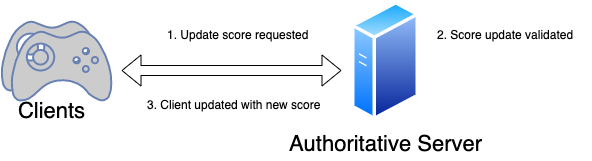
Earlier version of the draw.io export notes/_media/server-auth.png (lextoumbourou/notes). Source tidied: cells renumbered, new cells last; positions are measured from the earlier drawing's top-left corner, leaving out a move shared by most shapes. Its diagram source:
```xml
<mxGraphModel>
  <root>
    <mxCell id="0" />
    <mxCell id="1" parent="0" />
    <mxCell id="2" value="&lt;font style=&quot;font-size: 22px&quot; color=&quot;#000000&quot;&gt;Clients&lt;br&gt;&lt;br&gt;&lt;/font&gt;" style="fontColor=#0066CC;verticalAlign=top;verticalLabelPosition=bottom;labelPosition=center;align=center;html=1;outlineConnect=0;fillColor=#CCCCCC;strokeColor=#6881B3;gradientColor=none;gradientDirection=north;strokeWidth=2;shape=mxgraph.networks.gamepad;" parent="1" vertex="1">
      <mxGeometry y="20.7" width="100" height="70" as="geometry" />
    </mxCell>
    <mxCell id="3" value="&lt;font style=&quot;font-size: 22px&quot;&gt;Authoritative Server&lt;/font&gt;" style="perimeter=ellipsePerimeter;html=1;align=center;shadow=0;dashed=0;spacingTop=3;image;image=img/lib/active_directory/generic_server.svg;" parent="1" vertex="1">
      <mxGeometry x="350" width="68" height="121.4" as="geometry" />
    </mxCell>
    <mxCell id="4" value="&lt;font style=&quot;font-size: 22px&quot; color=&quot;#000000&quot;&gt;&lt;br&gt;&lt;br&gt;&lt;/font&gt;" style="fontColor=#0066CC;verticalAlign=top;verticalLabelPosition=bottom;labelPosition=center;align=center;html=1;outlineConnect=0;fillColor=#CCCCCC;strokeColor=#6881B3;gradientColor=none;gradientDirection=north;strokeWidth=2;shape=mxgraph.networks.gamepad;" parent="1" vertex="1">
      <mxGeometry x="10" y="30.7" width="100" height="70" as="geometry" />
    </mxCell>
    <mxCell id="5" style="shape=flexArrow;endArrow=classic;startArrow=classic;html=1;" parent="1" edge="1">
      <mxGeometry relative="1" as="geometry">
        <mxPoint x="120" y="70" as="sourcePoint" />
        <mxPoint x="340" y="70" as="targetPoint" />
      </mxGeometry>
    </mxCell>
    <mxCell id="6" value="1. Update score requested" style="text;strokeColor=none;fillColor=none;align=left;verticalAlign=top;spacingLeft=4;spacingRight=4;overflow=hidden;" parent="1" vertex="1">
      <mxGeometry x="160" y="20.7" width="160" height="26" as="geometry" />
    </mxCell>
    <mxCell id="7" value="2. Score update validated" style="text;strokeColor=none;fillColor=none;align=left;verticalAlign=top;spacingLeft=4;spacingRight=4;overflow=hidden;" parent="1" vertex="1">
      <mxGeometry x="430" y="20.7" width="160" height="26" as="geometry" />
    </mxCell>
    <mxCell id="8" value="3. Client updated with new score" style="text;strokeColor=none;fillColor=none;align=left;verticalAlign=top;spacingLeft=4;spacingRight=4;overflow=hidden;" parent="1" vertex="1">
      <mxGeometry x="140" y="90.7" width="190" height="26" as="geometry" />
    </mxCell>
  </root>
</mxGraphModel>
```
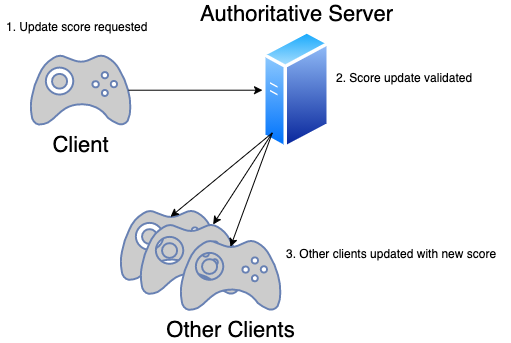
Later version of the same file.

Commit message:
Rename to notes and improve diagram.

The edit, as a diff of the source:
```diff
@@ -2,29 +2,41 @@
   <root>
     <mxCell id="0" />
     <mxCell id="1" parent="0" />
-    <mxCell id="2" value="&lt;font style=&quot;font-size: 22px&quot; color=&quot;#000000&quot;&gt;Clients&lt;br&gt;&lt;br&gt;&lt;/font&gt;" style="fontColor=#0066CC;verticalAlign=top;verticalLabelPosition=bottom;labelPosition=center;align=center;html=1;outlineConnect=0;fillColor=#CCCCCC;strokeColor=#6881B3;gradientColor=none;gradientDirection=north;strokeWidth=2;shape=mxgraph.networks.gamepad;" parent="1" vertex="1">
+    <mxCell id="2" value="&lt;font style=&quot;font-size: 22px&quot; color=&quot;#000000&quot;&gt;Client&lt;br&gt;&lt;br&gt;&lt;/font&gt;" style="fontColor=#0066CC;verticalAlign=top;verticalLabelPosition=bottom;labelPosition=center;align=center;html=1;outlineConnect=0;fillColor=#CCCCCC;strokeColor=#6881B3;gradientColor=none;gradientDirection=north;strokeWidth=2;shape=mxgraph.networks.gamepad;" parent="1" vertex="1">
       <mxGeometry y="20.7" width="100" height="70" as="geometry" />
     </mxCell>
-    <mxCell id="3" value="&lt;font style=&quot;font-size: 22px&quot;&gt;Authoritative Server&lt;/font&gt;" style="perimeter=ellipsePerimeter;html=1;align=center;shadow=0;dashed=0;spacingTop=3;image;image=img/lib/active_directory/generic_server.svg;" parent="1" vertex="1">
-      <mxGeometry x="350" width="68" height="121.4" as="geometry" />
+    <mxCell id="3" value="&lt;font style=&quot;font-size: 22px&quot;&gt;Authoritative Server&lt;/font&gt;" style="perimeter=ellipsePerimeter;html=1;align=center;shadow=0;dashed=0;spacingTop=3;image;image=img/lib/active_directory/generic_server.svg;labelPosition=center;verticalLabelPosition=top;verticalAlign=bottom;" parent="1" vertex="1">
+      <mxGeometry x="232" y="-5" width="68" height="121.4" as="geometry" />
     </mxCell>
     <mxCell id="4" value="&lt;font style=&quot;font-size: 22px&quot; color=&quot;#000000&quot;&gt;&lt;br&gt;&lt;br&gt;&lt;/font&gt;" style="fontColor=#0066CC;verticalAlign=top;verticalLabelPosition=bottom;labelPosition=center;align=center;html=1;outlineConnect=0;fillColor=#CCCCCC;strokeColor=#6881B3;gradientColor=none;gradientDirection=north;strokeWidth=2;shape=mxgraph.networks.gamepad;" parent="1" vertex="1">
-      <mxGeometry x="10" y="30.7" width="100" height="70" as="geometry" />
+      <mxGeometry x="90" y="176" width="100" height="70" as="geometry" />
     </mxCell>
-    <mxCell id="5" style="shape=flexArrow;endArrow=classic;startArrow=classic;html=1;" parent="1" edge="1">
-      <mxGeometry relative="1" as="geometry">
-        <mxPoint x="120" y="70" as="sourcePoint" />
-        <mxPoint x="340" y="70" as="targetPoint" />
-      </mxGeometry>
-    </mxCell>
     <mxCell id="6" value="1. Update score requested" style="text;strokeColor=none;fillColor=none;align=left;verticalAlign=top;spacingLeft=4;spacingRight=4;overflow=hidden;" parent="1" vertex="1">
-      <mxGeometry x="160" y="20.7" width="160" height="26" as="geometry" />
+      <mxGeometry x="-30" y="-21" width="160" height="26" as="geometry" />
     </mxCell>
     <mxCell id="7" value="2. Score update validated" style="text;strokeColor=none;fillColor=none;align=left;verticalAlign=top;spacingLeft=4;spacingRight=4;overflow=hidden;" parent="1" vertex="1">
-      <mxGeometry x="430" y="20.7" width="160" height="26" as="geometry" />
+      <mxGeometry x="300" y="30" width="160" height="26" as="geometry" />
     </mxCell>
-    <mxCell id="8" value="3. Client updated with new score" style="text;strokeColor=none;fillColor=none;align=left;verticalAlign=top;spacingLeft=4;spacingRight=4;overflow=hidden;" parent="1" vertex="1">
-      <mxGeometry x="140" y="90.7" width="190" height="26" as="geometry" />
+    <mxCell id="8" value="3. Other clients updated with new score&#10;" style="text;strokeColor=none;fillColor=none;align=left;verticalAlign=top;spacingLeft=4;spacingRight=4;overflow=hidden;" parent="1" vertex="1">
+      <mxGeometry x="250" y="206" width="230" height="26" as="geometry" />
     </mxCell>
+    <mxCell id="9" value="&lt;font style=&quot;font-size: 22px&quot; color=&quot;#000000&quot;&gt;&lt;br&gt;&lt;/font&gt;" style="fontColor=#0066CC;verticalAlign=top;verticalLabelPosition=bottom;labelPosition=center;align=center;html=1;outlineConnect=0;fillColor=#CCCCCC;strokeColor=#6881B3;gradientColor=none;gradientDirection=north;strokeWidth=2;shape=mxgraph.networks.gamepad;" parent="1" vertex="1">
+      <mxGeometry x="110" y="190" width="100" height="70" as="geometry" />
+    </mxCell>
+    <mxCell id="10" value="&lt;font style=&quot;font-size: 22px&quot; color=&quot;#000000&quot;&gt;Other Clients&lt;br&gt;&lt;/font&gt;" style="fontColor=#0066CC;verticalAlign=top;verticalLabelPosition=bottom;labelPosition=center;align=center;html=1;outlineConnect=0;fillColor=#CCCCCC;strokeColor=#6881B3;gradientColor=none;gradientDirection=north;strokeWidth=2;shape=mxgraph.networks.gamepad;" parent="1" vertex="1">
+      <mxGeometry x="150" y="206" width="100" height="70" as="geometry" />
+    </mxCell>
+    <mxCell id="11" style="endArrow=classic;html=1;exitX=0.98;exitY=0.5;exitDx=0;exitDy=0;exitPerimeter=0;" parent="1" edge="1" source="2" target="3">
+      <mxGeometry relative="1" as="geometry" />
+    </mxCell>
+    <mxCell id="12" style="endArrow=classic;html=1;exitX=0;exitY=1;exitDx=0;exitDy=0;" parent="1" edge="1" source="3" target="9">
+      <mxGeometry relative="1" as="geometry" />
+    </mxCell>
+    <mxCell id="13" style="endArrow=classic;html=1;entryX=0.5;entryY=0.09;entryDx=0;entryDy=0;entryPerimeter=0;exitX=0;exitY=1;exitDx=0;exitDy=0;" parent="1" edge="1" source="3" target="10">
+      <mxGeometry relative="1" as="geometry" />
+    </mxCell>
+    <mxCell id="14" style="endArrow=classic;html=1;entryX=0.5;entryY=0.09;entryDx=0;entryDy=0;entryPerimeter=0;exitX=0;exitY=1;exitDx=0;exitDy=0;" parent="1" edge="1" source="3" target="4">
+      <mxGeometry relative="1" as="geometry" />
+    </mxCell>
   </root>
 </mxGraphModel>
```
